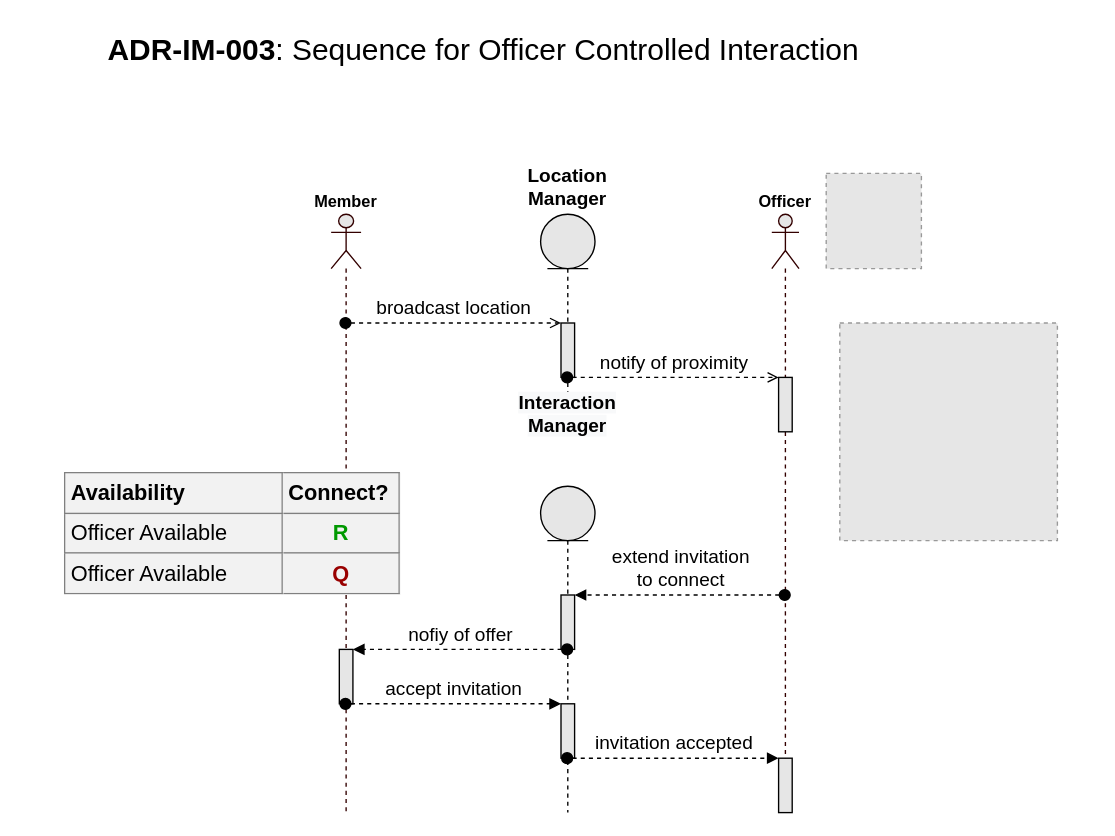
Earlier version of the draw.io diagram page "ADR Initiate Option 2" (5 of 5) of Solution/Interaction Manager/Community Connector - Interaction Manager - Sequence Diagram.drawio (ITDependsQ42022/Hey-Blue). Source tidied: cells renumbered, new cells numbered last; positions are measured from the earlier drawing's top-left corner, leaving out a move shared by most shapes. Both pictures are drawn from the tidied source at 136%, with x=0, y=0 at pixel (64, 23). Pictures stored in the file or linked from it are replaced by grey dashed boxes.
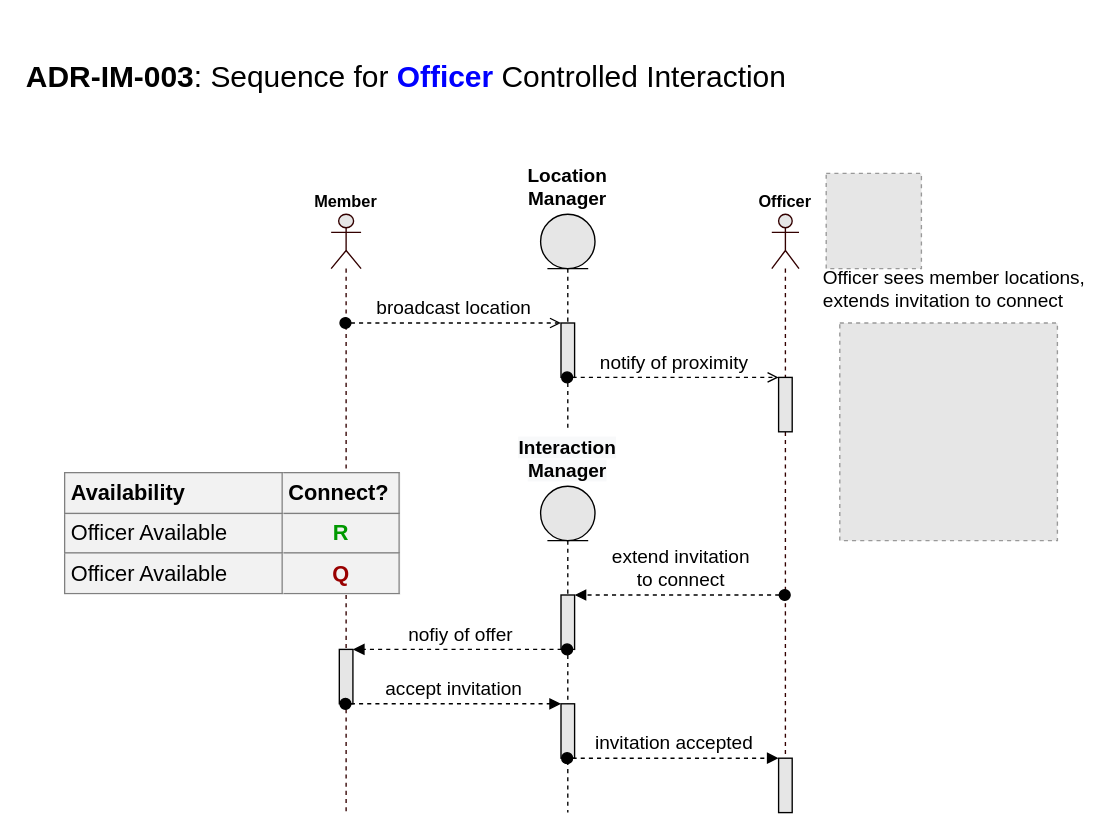
The same diagram, later.

The edit, as a diff of the source:
```diff
@@
-    <mxCell id="9" value="&lt;b&gt;ADR-IM-003&lt;/b&gt;: Sequence for Officer Controlled Interaction" style="text;html=1;strokeColor=none;fillColor=none;align=left;verticalAlign=top;whiteSpace=wrap;rounded=0;fontSize=22;" parent="1" vertex="1">
-      <mxGeometry x="30" width="640" height="80" as="geometry" />
+    <mxCell id="9" value="&lt;b&gt;ADR-IM-003&lt;/b&gt;: Sequence for &lt;font color=&quot;#0000ff&quot;&gt;&lt;b&gt;Officer&lt;/b&gt; &lt;/font&gt;Controlled Interaction" style="text;html=1;strokeColor=none;fillColor=none;align=left;verticalAlign=top;whiteSpace=wrap;rounded=0;fontSize=22;" parent="1" vertex="1">
+      <mxGeometry x="-30" y="20" width="640" height="40" as="geometry" />
     </mxCell>
@@
-    <mxCell id="12" value="&#10;&lt;b style=&quot;color: rgb(0, 0, 0); font-family: Helvetica; font-size: 14px; font-style: normal; font-variant-ligatures: normal; font-variant-caps: normal; letter-spacing: normal; orphans: 2; text-align: center; text-indent: 0px; text-transform: none; widows: 2; word-spacing: 0px; -webkit-text-stroke-width: 0px; background-color: rgb(248, 249, 250); text-decoration-thickness: initial; text-decoration-style: initial; text-decoration-color: initial;&quot;&gt;Interaction Manager&lt;/b&gt;&#10;&#10;" style="shape=umlLifeline;participant=umlEntity;perimeter=lifelinePerimeter;whiteSpace=wrap;html=1;verticalAlign=bottom;spacingTop=36;outlineConnect=0;fontSize=14;fillColor=#E6E6E6;labelPosition=center;verticalLabelPosition=top;align=center;" parent="1" vertex="1">
+    <mxCell id="12" value="&lt;b style=&quot;color: rgb(0, 0, 0); font-family: Helvetica; font-size: 14px; font-style: normal; font-variant-ligatures: normal; font-variant-caps: normal; letter-spacing: normal; orphans: 2; text-align: center; text-indent: 0px; text-transform: none; widows: 2; word-spacing: 0px; -webkit-text-stroke-width: 0px; background-color: rgb(248, 249, 250); text-decoration-thickness: initial; text-decoration-style: initial; text-decoration-color: initial;&quot;&gt;Interaction Manager&lt;/b&gt;" style="shape=umlLifeline;participant=umlEntity;perimeter=lifelinePerimeter;whiteSpace=wrap;html=1;verticalAlign=bottom;spacingTop=36;outlineConnect=0;fontSize=14;fillColor=#E6E6E6;labelPosition=center;verticalLabelPosition=top;align=center;size=40;" parent="1" vertex="1">
       <mxGeometry x="350" y="340" width="40" height="240" as="geometry" />
     </mxCell>
@@
+    <mxCell id="24" value="Officer sees member locations, extends invitation to connect" style="text;html=1;strokeColor=none;fillColor=none;align=left;verticalAlign=middle;whiteSpace=wrap;rounded=0;fontSize=14;fontColor=#000000;" parent="1" vertex="1">
+      <mxGeometry x="556" y="180" width="200" height="30" as="geometry" />
+    </mxCell>
```
